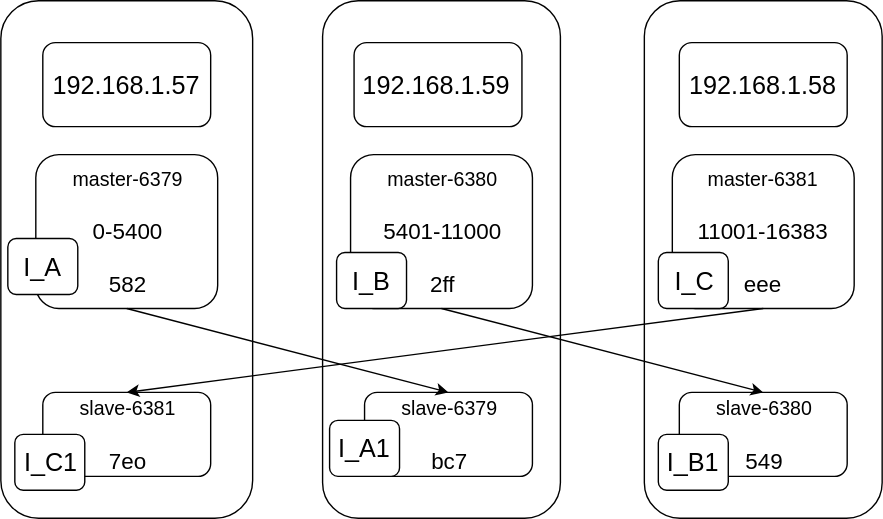
Before: Redis/redis_cluster.svg, a diagram exported from draw.io (lanzhiwang/awesome-huzhi). Source tidied: cells renumbered, new cells last; positions are measured from the earlier drawing's top-left corner, leaving out a move shared by most shapes.
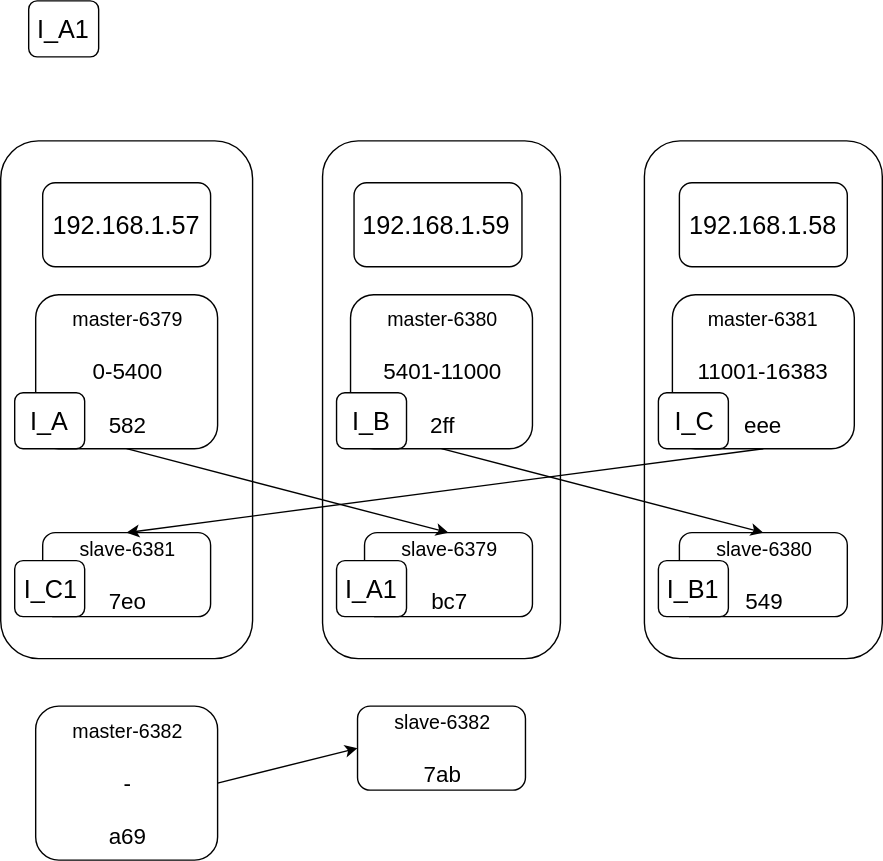
After the commit.

Change to the diagram source:
```diff
@@ -48,22 +48,34 @@
       <mxGeometry relative="1" as="geometry" />
     </mxCell>
     <mxCell id="17" value="&lt;font style=&quot;font-size: 18px&quot;&gt;I_A&lt;/font&gt;" style="rounded=1;whiteSpace=wrap;html=1;" parent="1" vertex="1">
-      <mxGeometry x="5" y="170" width="50" height="40" as="geometry" />
+      <mxGeometry x="10" y="180" width="50" height="40" as="geometry" />
     </mxCell>
     <mxCell id="18" value="&lt;font style=&quot;font-size: 18px&quot;&gt;I_A1&lt;/font&gt;" style="rounded=1;whiteSpace=wrap;html=1;" parent="1" vertex="1">
-      <mxGeometry x="235" y="300" width="50" height="40" as="geometry" />
+      <mxGeometry x="240" y="300" width="50" height="40" as="geometry" />
     </mxCell>
     <mxCell id="19" value="&lt;font style=&quot;font-size: 18px&quot;&gt;I_B&lt;/font&gt;" style="rounded=1;whiteSpace=wrap;html=1;" parent="1" vertex="1">
       <mxGeometry x="240" y="180" width="50" height="40" as="geometry" />
     </mxCell>
     <mxCell id="20" value="&lt;font style=&quot;font-size: 18px&quot;&gt;I_B1&lt;/font&gt;" style="rounded=1;whiteSpace=wrap;html=1;" parent="1" vertex="1">
-      <mxGeometry x="470" y="310" width="50" height="40" as="geometry" />
+      <mxGeometry x="470" y="300" width="50" height="40" as="geometry" />
     </mxCell>
     <mxCell id="21" value="&lt;font style=&quot;font-size: 18px&quot;&gt;I_C&lt;/font&gt;" style="rounded=1;whiteSpace=wrap;html=1;" parent="1" vertex="1">
       <mxGeometry x="470" y="180" width="50" height="40" as="geometry" />
     </mxCell>
     <mxCell id="22" value="&lt;font style=&quot;font-size: 18px&quot;&gt;I_C1&lt;/font&gt;" style="rounded=1;whiteSpace=wrap;html=1;" parent="1" vertex="1">
-      <mxGeometry x="10" y="310" width="50" height="40" as="geometry" />
+      <mxGeometry x="10" y="300" width="50" height="40" as="geometry" />
     </mxCell>
+    <mxCell id="23" value="&lt;font style=&quot;font-size: 18px&quot;&gt;I_A1&lt;/font&gt;" style="rounded=1;whiteSpace=wrap;html=1;" parent="1" vertex="1">
+      <mxGeometry x="20" y="-100" width="50" height="40" as="geometry" />
+    </mxCell>
+    <mxCell id="24" value="&lt;div&gt;&lt;font style=&quot;font-size: 14px&quot;&gt;master-6382&lt;/font&gt;&lt;/div&gt;&lt;div&gt;&lt;font size=&quot;3&quot;&gt;&lt;br&gt;&lt;/font&gt;&lt;/div&gt;&lt;div&gt;&lt;font size=&quot;3&quot;&gt;-&lt;/font&gt;&lt;/div&gt;&lt;div&gt;&lt;font size=&quot;3&quot;&gt;&lt;br&gt;&lt;/font&gt;&lt;/div&gt;&lt;div&gt;&lt;font size=&quot;3&quot;&gt;a69&lt;/font&gt;&lt;/div&gt;" style="rounded=1;whiteSpace=wrap;html=1;" parent="1" vertex="1">
+      <mxGeometry x="25" y="404" width="130" height="110" as="geometry" />
+    </mxCell>
+    <mxCell id="25" value="&lt;div&gt;&lt;font style=&quot;font-size: 14px&quot;&gt;slave-6382&lt;/font&gt;&lt;/div&gt;&lt;div&gt;&lt;font size=&quot;3&quot;&gt;&lt;br&gt;&lt;/font&gt;&lt;/div&gt;&lt;div&gt;&lt;font size=&quot;3&quot;&gt;7ab&lt;/font&gt;&lt;/div&gt;" style="rounded=1;whiteSpace=wrap;html=1;" parent="1" vertex="1">
+      <mxGeometry x="255" y="404" width="120" height="60" as="geometry" />
+    </mxCell>
+    <mxCell id="26" style="endArrow=classic;html=1;exitX=1;exitY=0.5;entryX=0;entryY=0.5;" parent="1" edge="1" source="24" target="25">
+      <mxGeometry relative="1" as="geometry" />
+    </mxCell>
   </root>
 </mxGraphModel>
```
